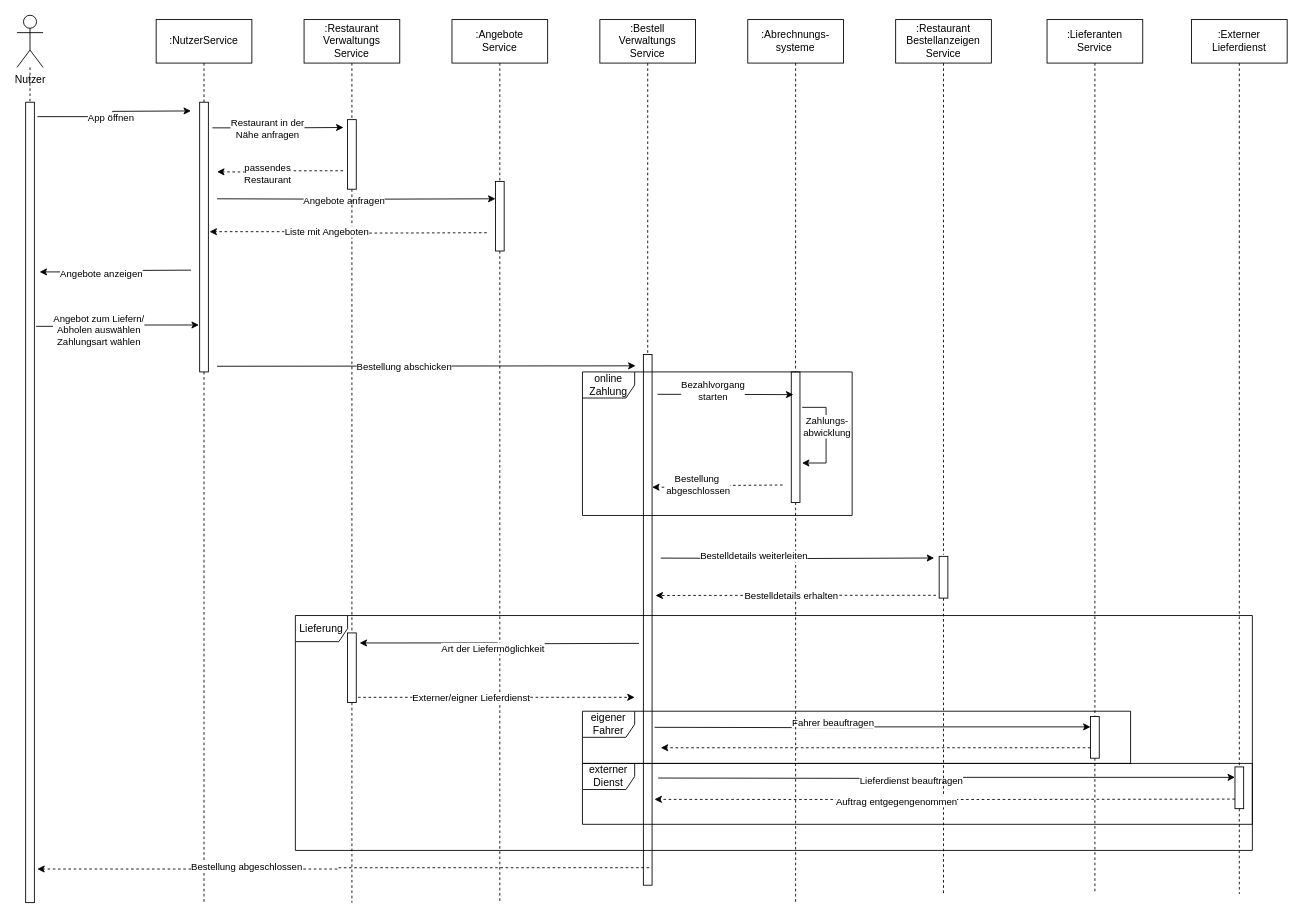
HSD-SorftwareArchitektur-Sandwich42/Sandwich42 keeps this draw.io diagram as Sequenzdiagramm.drawio. Above is the earlier version. Source tidied: cells renumbered, new cells numbered last; positions are measured from the earlier drawing's top-left corner, leaving out a move shared by most shapes. Both pictures are drawn from the tidied source at 87%, with x=0, y=0 at pixel (17, 15).
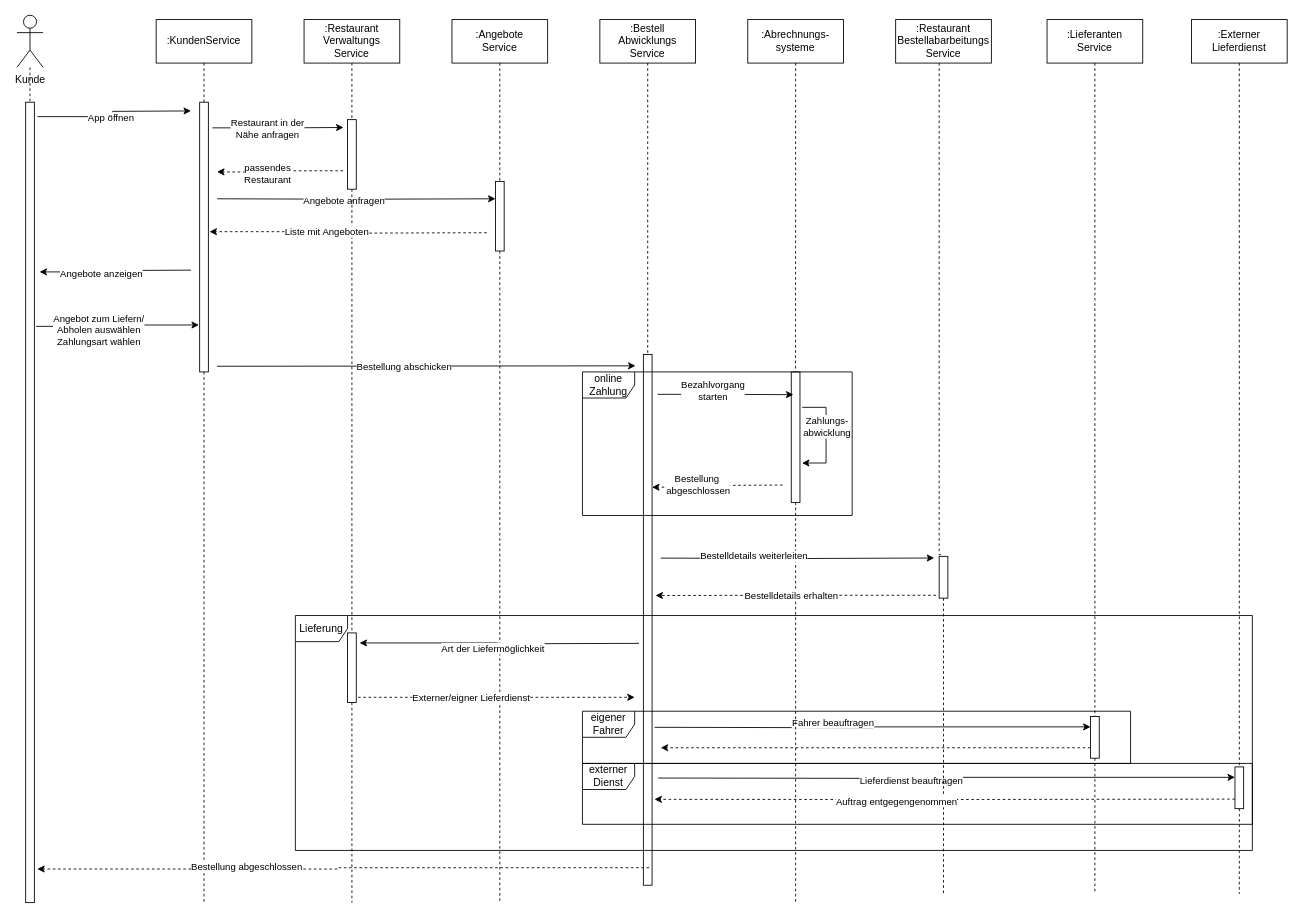
Above is the later version.

The edit, as a diff of the source:
```diff
@@
-    <mxCell id="3" value="Nutzer" style="shape=umlActor;verticalLabelPosition=bottom;verticalAlign=top;html=1;" parent="1" vertex="1">
+    <mxCell id="3" value="Kunde" style="shape=umlActor;verticalLabelPosition=bottom;verticalAlign=top;html=1;" parent="1" vertex="1">
       <mxGeometry width="30" height="60" as="geometry" />
     </mxCell>
@@
-    <mxCell id="8" value=":NutzerService" style="html=1;whiteSpace=wrap;" parent="1" vertex="1">
+    <mxCell id="8" value=":KundenService" style="html=1;whiteSpace=wrap;" parent="1" vertex="1">
       <mxGeometry x="160" y="5" width="110" height="50" as="geometry" />
     </mxCell>
@@
-    <mxCell id="34" value=":Bestell&lt;div&gt;Verwaltungs&lt;/div&gt;&lt;div&gt;Service&lt;/div&gt;" style="html=1;whiteSpace=wrap;" parent="1" vertex="1">
+    <mxCell id="34" value=":Bestell&lt;div&gt;Abwicklungs&lt;/div&gt;&lt;div&gt;Service&lt;/div&gt;" style="html=1;whiteSpace=wrap;" parent="1" vertex="1">
       <mxGeometry x="670" y="5" width="110" height="50" as="geometry" />
     </mxCell>
@@
     <mxCell id="50" style="edgeStyle=orthogonalEdgeStyle;rounded=0;jettySize=auto;html=1;dashed=1;endArrow=none;endFill=0;" parent="1" edge="1" source="51">
       <mxGeometry relative="1" as="geometry">
         <mxPoint x="1065" y="620" as="targetPoint" />
+        <Array as="points">
+          <mxPoint x="1060" y="480" />
+          <mxPoint x="1060" y="480" />
+        </Array>
       </mxGeometry>
     </mxCell>
-    <mxCell id="51" value=":Restaurant&lt;div&gt;Bestellanzeigen&lt;/div&gt;&lt;div&gt;Service&lt;/div&gt;" style="html=1;whiteSpace=wrap;" parent="1" vertex="1">
+    <mxCell id="51" value=":Restaurant&lt;div&gt;Bestellabarbeitungs&lt;/div&gt;&lt;div&gt;Service&lt;/div&gt;" style="html=1;whiteSpace=wrap;" parent="1" vertex="1">
       <mxGeometry x="1010" y="5" width="110" height="50" as="geometry" />
     </mxCell>
```
